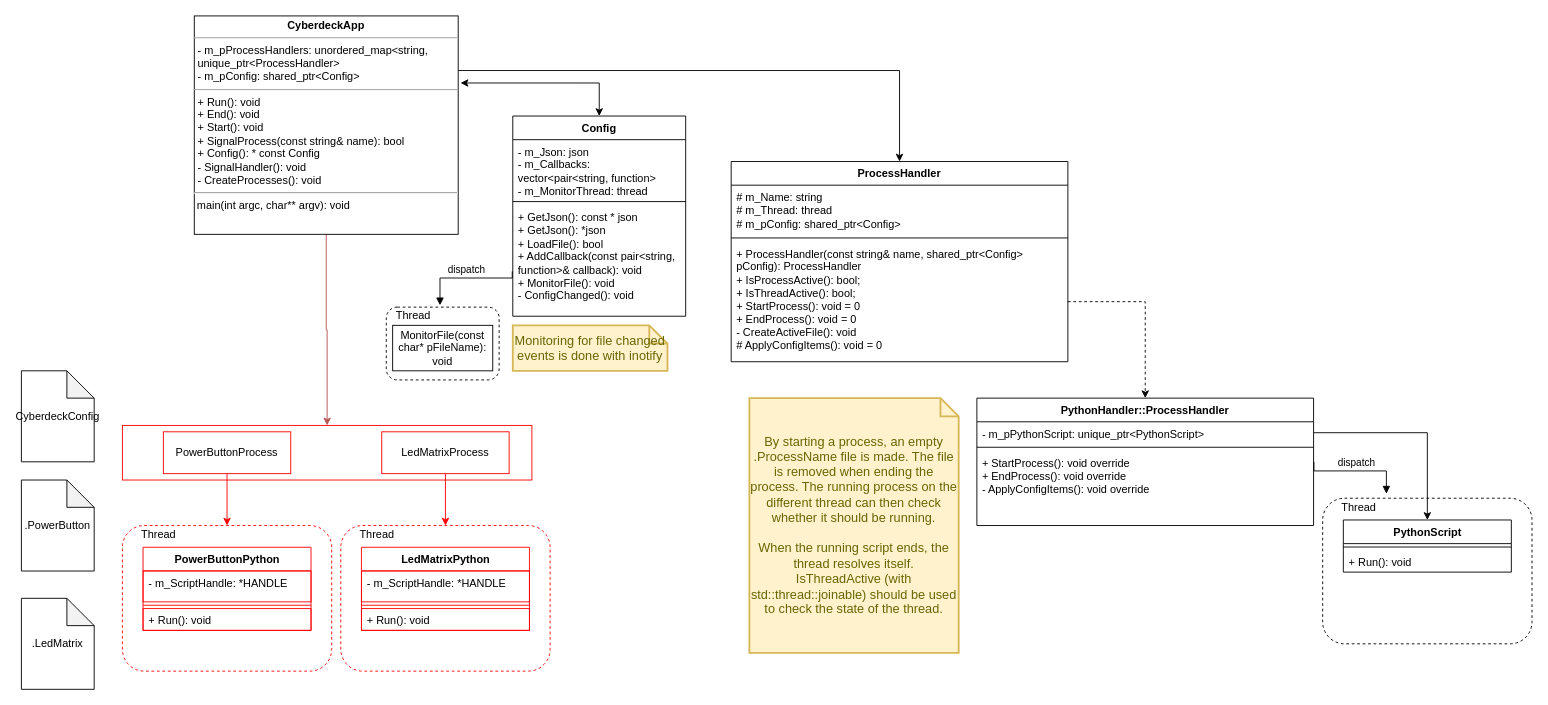
The draw.io diagram page "UML_Draft_2" (3 of 3) of Cyberdeck.drawio in WouterServaes/CyberdeckProject, before the edit. Source tidied: cells renumbered, new cells numbered last; positions are measured from the earlier drawing's top-left corner, leaving out a move shared by most shapes. Both pictures are drawn from the tidied source at 91%, with x=0, y=0 at pixel (21, 15).
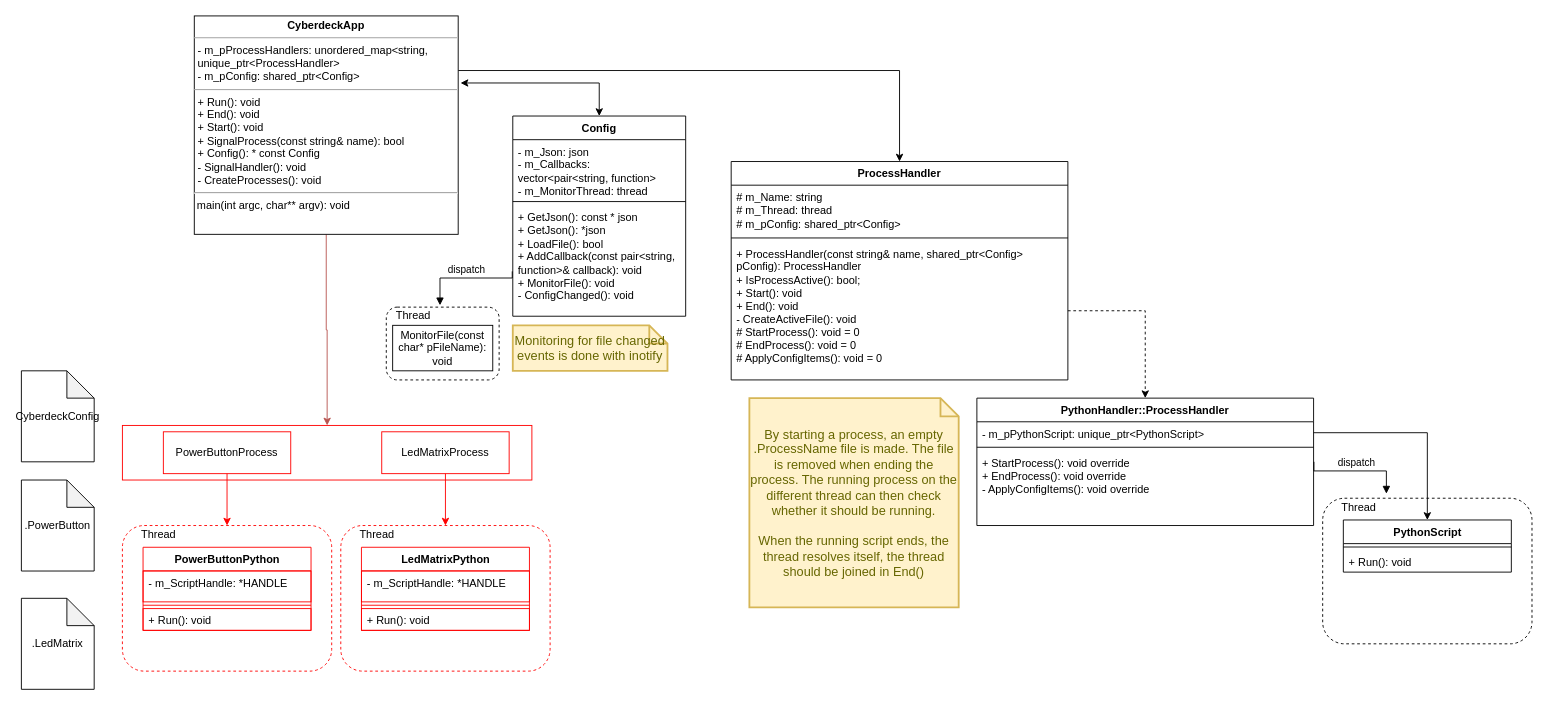
After the change.

What changed in the source:
```diff
@@
     <mxCell id="5" value="ProcessHandler" style="swimlane;fontStyle=1;align=center;verticalAlign=top;horizontal=1;startSize=26;whiteSpace=wrap;html=1;" parent="1" vertex="1">
-      <mxGeometry x="780" y="160" width="370" height="220" as="geometry" />
+      <mxGeometry x="780" y="160" width="370" height="240" as="geometry" />
     </mxCell>
@@
-    <mxCell id="8" value="&lt;div&gt;+ ProcessHandler(const string&amp;amp; name, shared_ptr&amp;lt;Config&amp;gt; pConfig): ProcessHandler&lt;/div&gt;&lt;div&gt;+ IsProcessActive(): bool;&lt;/div&gt;&lt;div&gt;+ IsThreadActive(): bool;&lt;br&gt;&lt;/div&gt;&lt;div&gt;+ StartProcess(): void = 0&lt;br&gt;&lt;/div&gt;&lt;div&gt;+ EndProcess(): void = 0&lt;/div&gt;&lt;div&gt;- CreateActiveFile(): void&lt;br&gt;&lt;/div&gt;&lt;div&gt;# ApplyConfigItems(): void = 0&lt;br&gt;&lt;/div&gt;&lt;div&gt;&lt;br&gt;&lt;/div&gt;" style="text;strokeColor=none;fillColor=none;align=left;verticalAlign=top;spacingLeft=4;spacingRight=4;overflow=hidden;points=[[0,0.5],[1,0.5]];portConstraint=eastwest;whiteSpace=wrap;html=1;" parent="5" vertex="1">
-      <mxGeometry y="88" width="370" height="132" as="geometry" />
+    <mxCell id="8" value="&lt;div&gt;+ ProcessHandler(const string&amp;amp; name, shared_ptr&amp;lt;Config&amp;gt; pConfig): ProcessHandler&lt;/div&gt;&lt;div&gt;+ IsProcessActive(): bool;&lt;/div&gt;&lt;div&gt;+ Start(): void&lt;/div&gt;&lt;div&gt;+ End(): void&lt;br&gt;&lt;/div&gt;&lt;div&gt;- CreateActiveFile(): void&lt;/div&gt;&lt;div&gt;# StartProcess(): void = 0&lt;br&gt;&lt;/div&gt;&lt;div&gt;# EndProcess(): void = 0&lt;/div&gt;&lt;div&gt;# ApplyConfigItems(): void = 0&lt;br&gt;&lt;/div&gt;&lt;div&gt;&lt;br&gt;&lt;/div&gt;" style="text;strokeColor=none;fillColor=none;align=left;verticalAlign=top;spacingLeft=4;spacingRight=4;overflow=hidden;points=[[0,0.5],[1,0.5]];portConstraint=eastwest;whiteSpace=wrap;html=1;" parent="5" vertex="1">
+      <mxGeometry y="88" width="370" height="152" as="geometry" />
     </mxCell>
@@
-    <mxCell id="28" value="&lt;div&gt;By starting a process, an empty .ProcessName file is made. The file is removed when ending the process. The running process on the different thread can then check whether it should be running.&lt;/div&gt;&lt;div&gt;&lt;br&gt;&lt;/div&gt;&lt;div&gt;When the running script ends, the thread resolves itself. IsThreadActive (with std::thread::joinable) should be used &lt;br&gt;&lt;/div&gt;to check the state of the thread." style="shape=note;strokeWidth=2;fontSize=14;size=20;whiteSpace=wrap;html=1;fillColor=#fff2cc;strokeColor=#d6b656;fontColor=#666600;" parent="1" vertex="1">
-      <mxGeometry x="800" y="420" width="230" height="280" as="geometry" />
+    <mxCell id="28" value="&lt;div&gt;By starting a process, an empty .ProcessName file is made. The file is removed when ending the process. The running process on the different thread can then check whether it should be running.&lt;/div&gt;&lt;div&gt;&lt;br&gt;&lt;/div&gt;&lt;div&gt;When the running script ends, the thread resolves itself, the thread should be joined in End()&lt;br&gt;&lt;/div&gt;" style="shape=note;strokeWidth=2;fontSize=14;size=20;whiteSpace=wrap;html=1;fillColor=#fff2cc;strokeColor=#d6b656;fontColor=#666600;" parent="1" vertex="1">
+      <mxGeometry x="800" y="420" width="230" height="230" as="geometry" />
     </mxCell>
```
